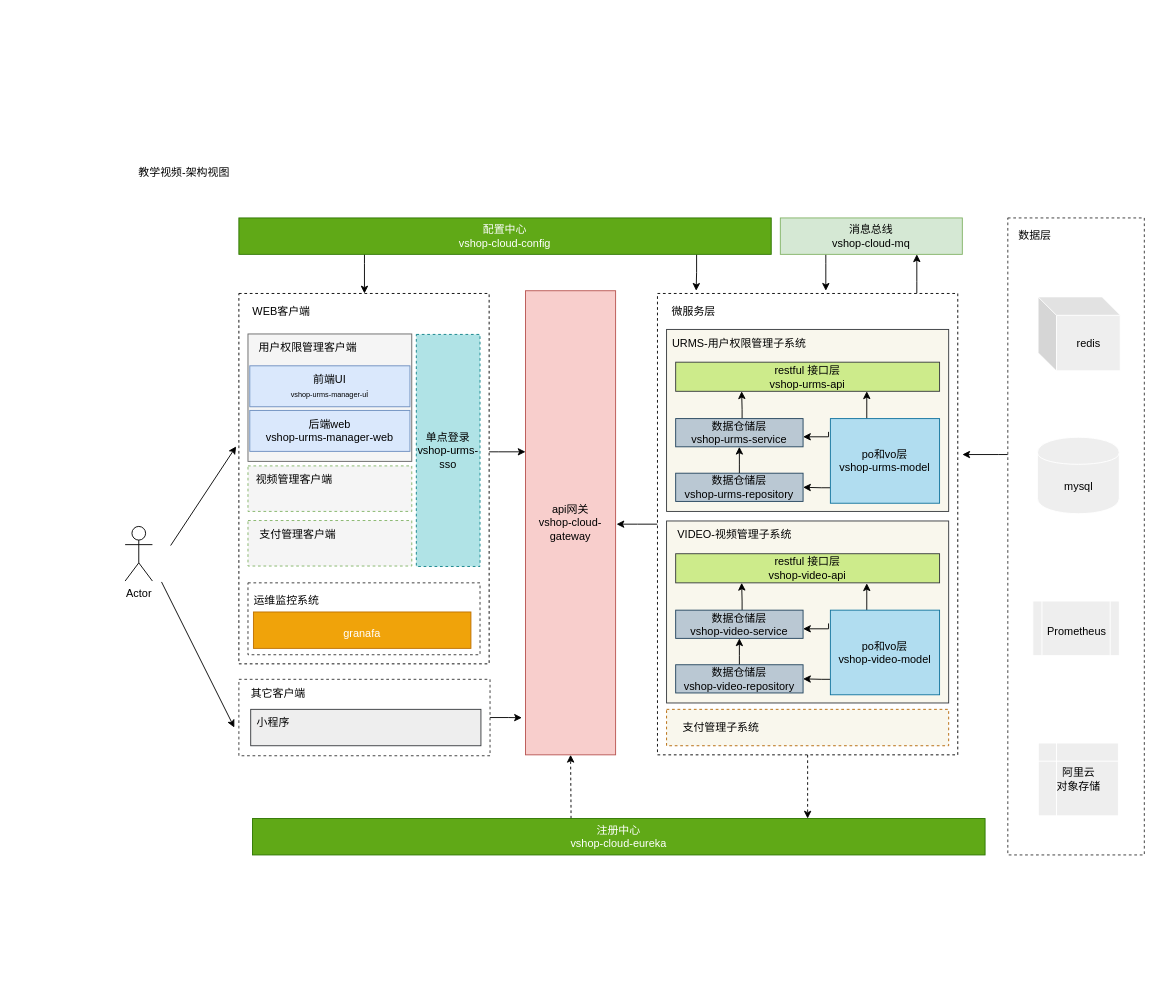
The draw.io diagram urms-架构视图.drawio in qlshouyu/ShouYuURMS, before the edit. Source tidied: cells renumbered, new cells numbered last; positions are measured from the earlier drawing's top-left corner, leaving out a move shared by most shapes. Both pictures are drawn from the tidied source at 91%, with x=0, y=0 at pixel (125, 163).
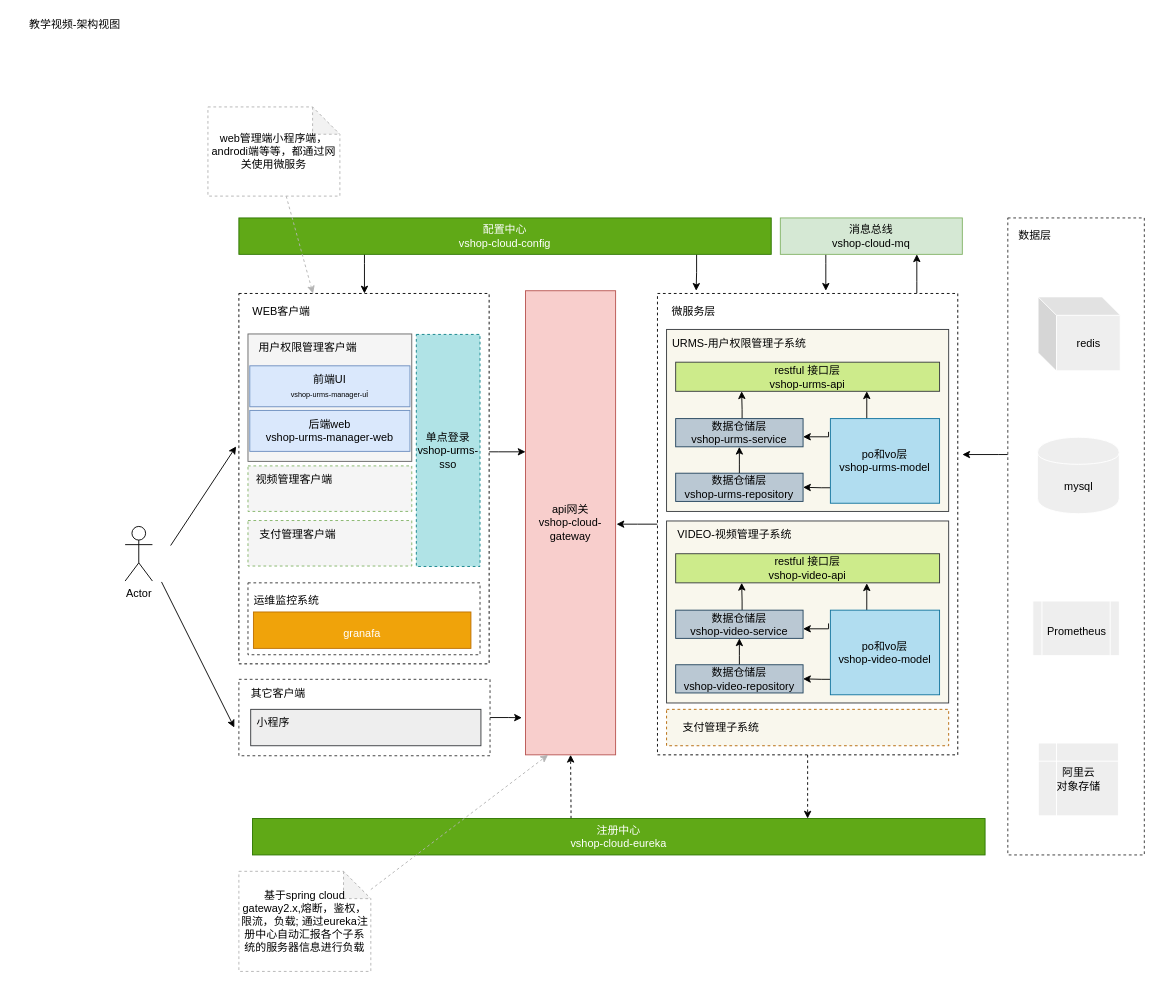
The same page after the edit.

Unchanged cells that the change refers to:
```xml
<mxCell id="5" style="rounded=0;whiteSpace=wrap;html=1;dashed=1;" parent="1" vertex="1">
  <mxGeometry x="125" y="143" width="275" height="407" as="geometry" />
</mxCell>
<mxCell id="11" value="api网关&lt;br&gt;vshop-cloud-gateway&lt;br&gt;" style="rounded=0;whiteSpace=wrap;html=1;fillColor=#f8cecc;strokeColor=#b85450;" parent="1" vertex="1">
  <mxGeometry x="440" y="140" width="99" height="510" as="geometry" />
</mxCell>
```

Change to the diagram source:
```diff
@@
     <mxCell id="2" value="教学视频-架构视图" style="text;html=1;strokeColor=none;fillColor=none;align=center;verticalAlign=middle;whiteSpace=wrap;rounded=0;" parent="1" vertex="1">
-      <mxGeometry width="130" height="20" as="geometry" />
+      <mxGeometry x="-120" y="-162" width="130" height="20" as="geometry" />
     </mxCell>
@@
+    <mxCell id="70" value="基于spring cloud gateway2.x,熔断，鉴权，限流，负载; 通过eureka注册中心自动汇报各个子系统的服务器信息进行负载" style="shape=note;whiteSpace=wrap;html=1;backgroundOutline=1;darkOpacity=0.05;strokeColor=#B3B3B3;fillColor=#FFFFFF;dashed=1;" parent="1" vertex="1">
+      <mxGeometry x="125" y="778" width="145" height="110" as="geometry" />
+    </mxCell>
+    <mxCell id="71" style="endArrow=classic;html=1;entryX=0.25;entryY=1;entryDx=0;entryDy=0;dashed=1;strokeColor=#B3B3B3;" parent="1" edge="1" target="11">
+      <mxGeometry relative="1" as="geometry">
+        <mxPoint x="270" y="798" as="sourcePoint" />
+      </mxGeometry>
+    </mxCell>
+    <mxCell id="72" value="web管理端小程序端，androdi端等等，都通过网关使用微服务" style="shape=note;whiteSpace=wrap;html=1;backgroundOutline=1;darkOpacity=0.05;strokeColor=#B3B3B3;fillColor=#FFFFFF;dashed=1;" parent="1" vertex="1">
+      <mxGeometry x="91" y="-62" width="145" height="98" as="geometry" />
+    </mxCell>
+    <mxCell id="73" style="endArrow=classic;html=1;dashed=1;strokeColor=#B3B3B3;" parent="1" edge="1" source="72" target="5">
+      <mxGeometry relative="1" as="geometry" />
+    </mxCell>
```
